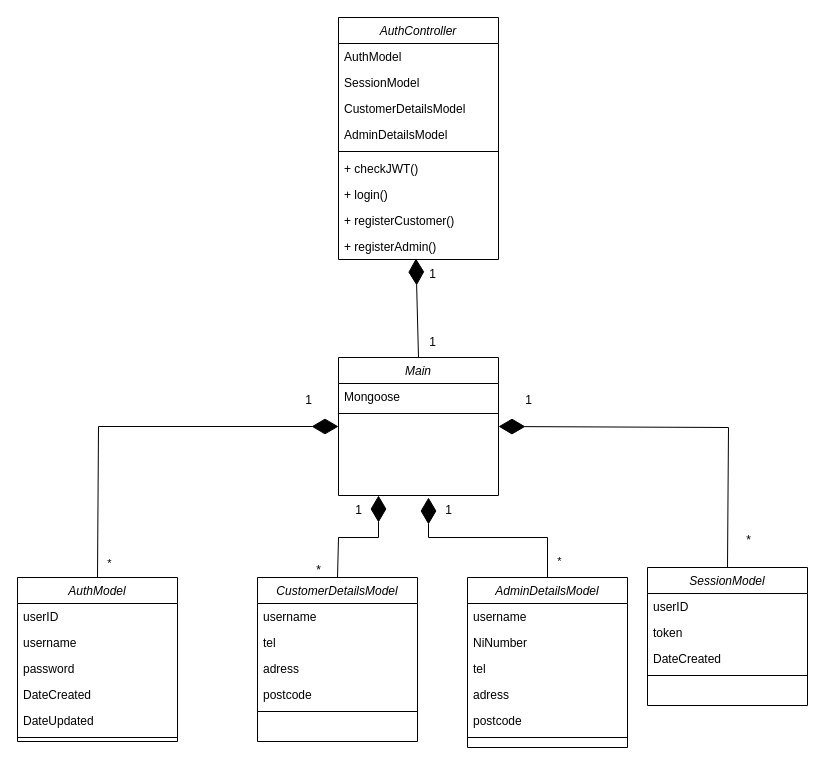
Before: docs/uml/class-diagrams/auth-server.drawio in Damon-Martin/COMP-3000-Year-2024-2025, a draw.io diagram. Source tidied: cells renumbered, new cells numbered last; positions are measured from the earlier drawing's top-left corner, leaving out a move shared by most shapes. Both pictures are drawn from the tidied source at 100%, with x=0, y=0 at pixel (17, 17).
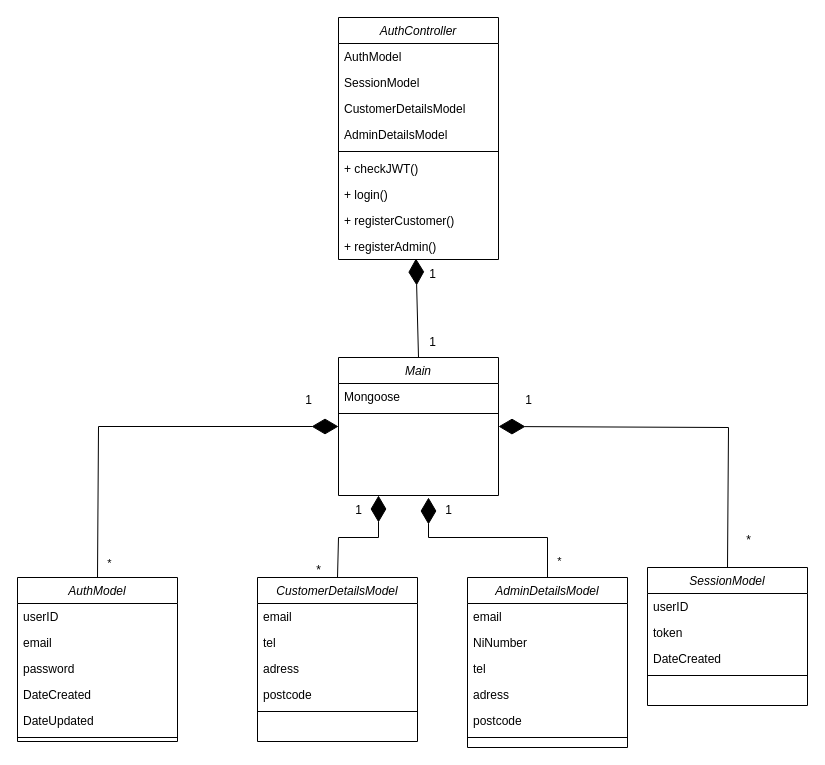
The same diagram, later.

Commit message (it also covers changes not shown here):
changing username to email for payment integration

Unchanged cells that the change refers to:
```xml
<mxCell id="12" value="AuthModel" style="swimlane;fontStyle=2;align=center;verticalAlign=top;horizontal=1;startSize=26;rounded=0;shadow=0;strokeWidth=1;" parent="1" vertex="1">
  <mxGeometry y="560" width="160" height="164" as="geometry" />
</mxCell>
<mxCell id="24" value="CustomerDetailsModel" style="swimlane;fontStyle=2;align=center;verticalAlign=top;horizontal=1;startSize=26;rounded=0;shadow=0;strokeWidth=1;" parent="1" vertex="1">
  <mxGeometry x="240" y="560" width="160" height="164" as="geometry" />
</mxCell>
<mxCell id="30" value="AdminDetailsModel" style="swimlane;fontStyle=2;align=center;verticalAlign=top;horizontal=1;startSize=26;rounded=0;shadow=0;strokeWidth=1;" parent="1" vertex="1">
  <mxGeometry x="450" y="560" width="160" height="170" as="geometry" />
</mxCell>
```

Change to the diagram source:
```diff
@@
-    <mxCell id="14" value="username" style="text;align=left;verticalAlign=top;spacingLeft=4;spacingRight=4;overflow=hidden;rounded=0;shadow=0;html=0;" parent="12" vertex="1">
+    <mxCell id="14" value="email" style="text;align=left;verticalAlign=top;spacingLeft=4;spacingRight=4;overflow=hidden;rounded=0;shadow=0;html=0;" parent="12" vertex="1">
       <mxGeometry y="52" width="160" height="26" as="geometry" />
     </mxCell>
@@
-    <mxCell id="25" value="username" style="text;align=left;verticalAlign=top;spacingLeft=4;spacingRight=4;overflow=hidden;" parent="24" vertex="1">
+    <mxCell id="25" value="email" style="text;align=left;verticalAlign=top;spacingLeft=4;spacingRight=4;overflow=hidden;" parent="24" vertex="1">
       <mxGeometry y="26" width="160" height="26" as="geometry" />
     </mxCell>
@@
-    <mxCell id="31" value="username" style="text;align=left;verticalAlign=top;spacingLeft=4;spacingRight=4;overflow=hidden;" parent="30" vertex="1">
+    <mxCell id="31" value="email" style="text;align=left;verticalAlign=top;spacingLeft=4;spacingRight=4;overflow=hidden;" parent="30" vertex="1">
       <mxGeometry y="26" width="160" height="26" as="geometry" />
     </mxCell>
```
